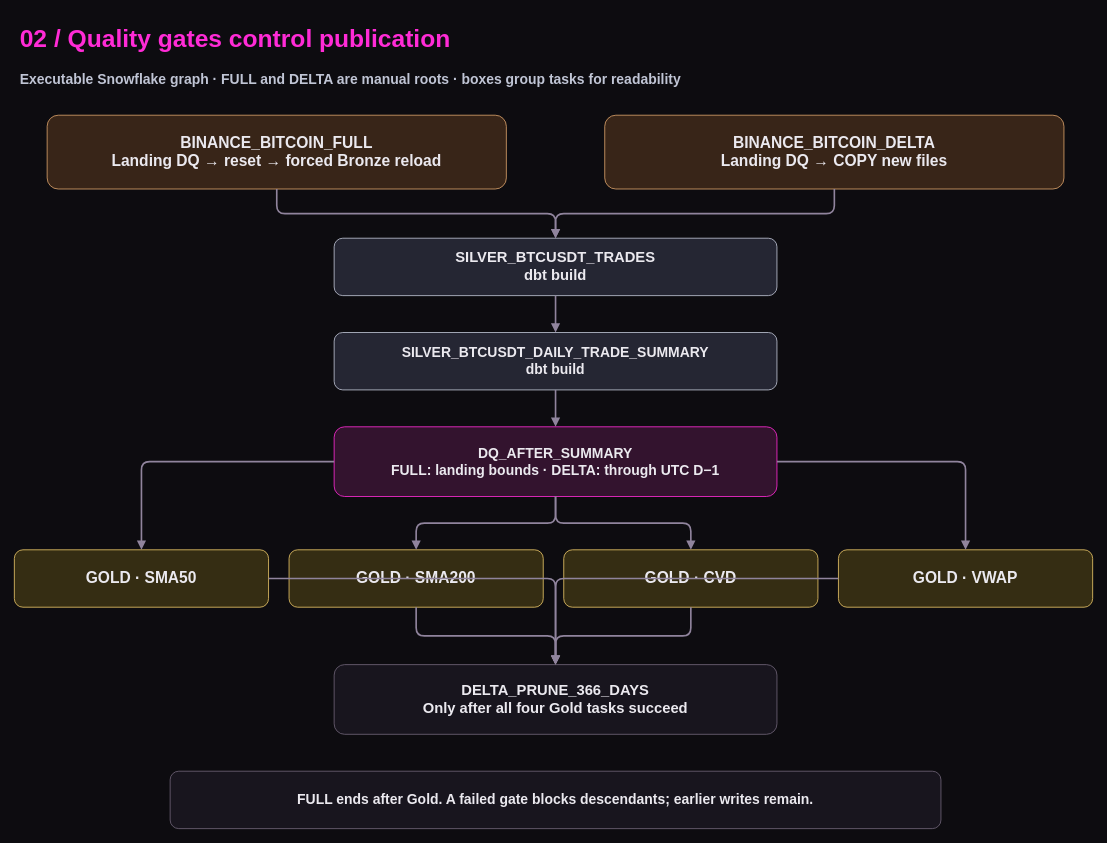
Before: docs/assets/diagrams/02-orchestration.drawio in saradfrz/bitcoin-pipeline-benchmark-snowflake, a draw.io diagram. Source tidied: cells renumbered, new cells numbered last; positions are measured from the earlier drawing's top-left corner, leaving out a move shared by most shapes. Both pictures are drawn from the tidied source at 82%, with x=0, y=0 at pixel (14, 14).
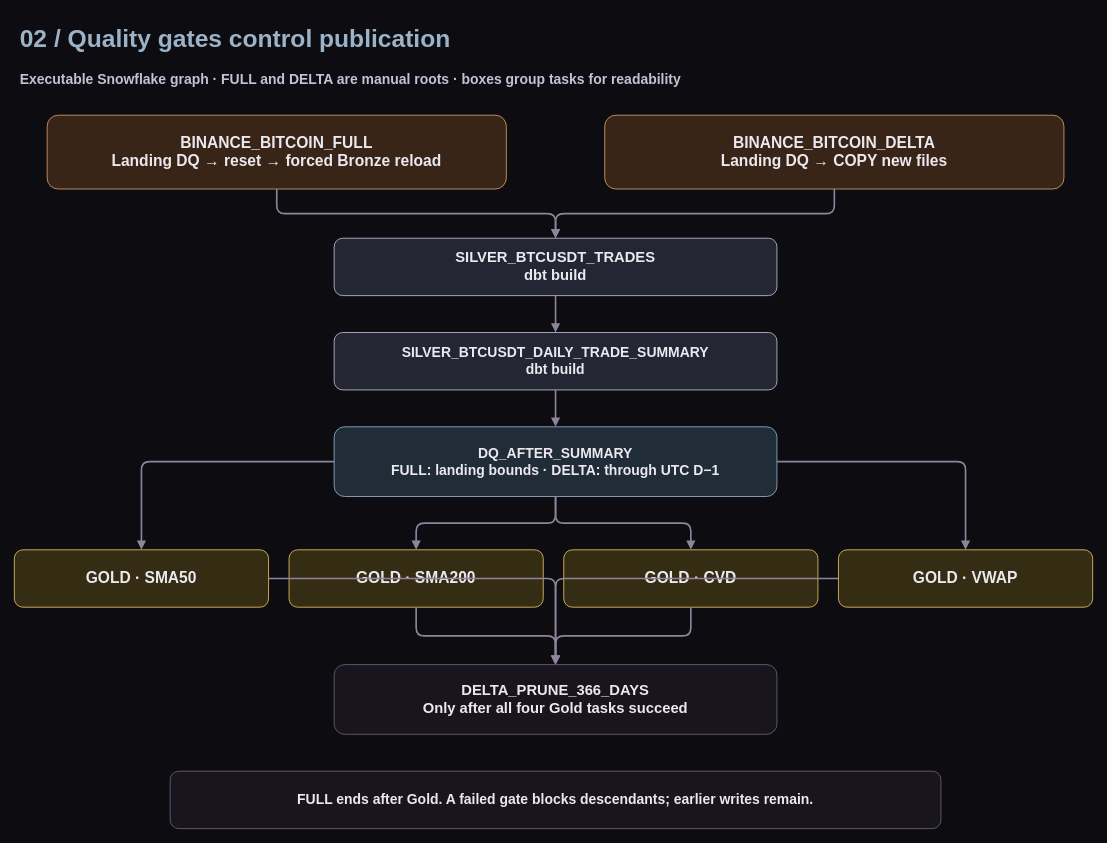
After the change.

Change to the diagram source:
```diff
@@
-    <mxCell id="2" value="02 / Quality gates control publication" style="text;html=0;strokeColor=none;fillColor=none;fontColor=#ff2bd6;fontSize=30;fontStyle=1;align=left;verticalAlign=middle;" parent="1" vertex="1">
+    <mxCell id="2" value="02 / Quality gates control publication" style="text;html=0;strokeColor=none;fillColor=none;fontColor=#9bb3c9;fontSize=30;fontStyle=1;align=left;verticalAlign=middle;" parent="1" vertex="1">
       <mxGeometry x="5" width="1310" height="52" as="geometry" />
     </mxCell>
@@
-    <mxCell id="8" value="DQ_AFTER_SUMMARY&#10;FULL: landing bounds · DELTA: through UTC D−1" style="rounded=1;whiteSpace=wrap;html=0;fillColor=#33132e;strokeColor=#ff2bd6;fontColor=#ebe9ef;fontSize=17;fontStyle=1;align=center;verticalAlign=middle;spacing=12;" parent="1" vertex="1">
+    <mxCell id="8" value="DQ_AFTER_SUMMARY&#10;FULL: landing bounds · DELTA: through UTC D−1" style="rounded=1;whiteSpace=wrap;html=0;fillColor=#202c38;strokeColor=#9bb3c9;fontColor=#ebe9ef;fontSize=17;fontStyle=1;align=center;verticalAlign=middle;spacing=12;" parent="1" vertex="1">
       <mxGeometry x="390" y="503" width="540" height="85" as="geometry" />
     </mxCell>
```
